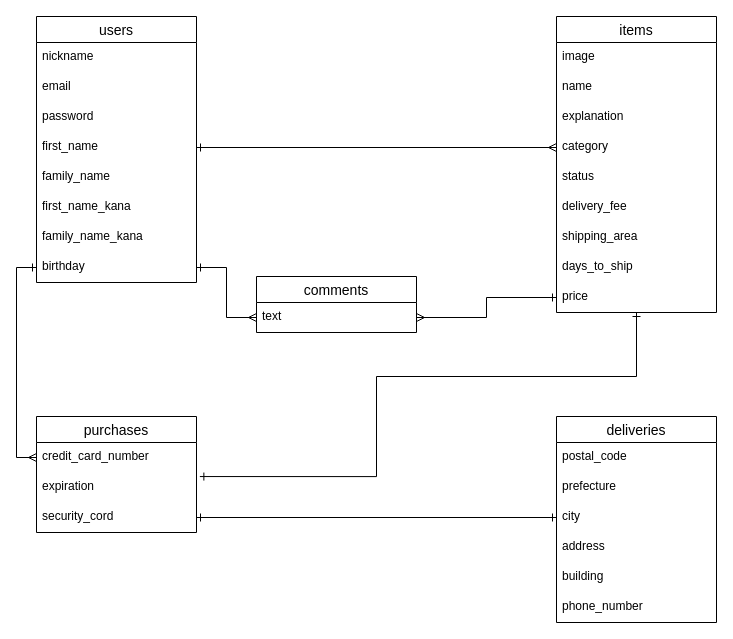
Above: furima-32344-er.dio in yamaday0u/furima-32344 (draw.io), before the change. Source tidied: cells renumbered, new cells numbered last; positions are measured from the earlier drawing's top-left corner, leaving out a move shared by most shapes. Both pictures are drawn from the tidied source at 100%, with x=0, y=0 at pixel (36, 16).
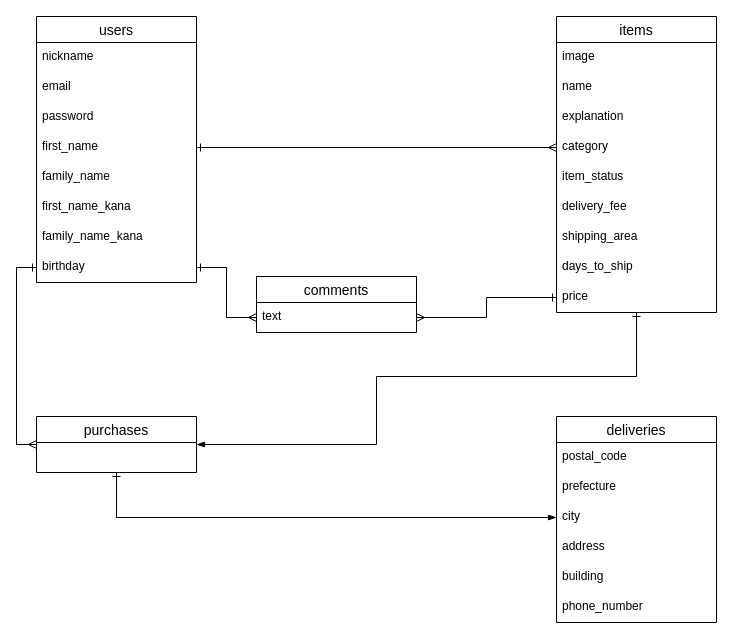
Above is the later version.

The change refers to these unchanged cells:
```xml
<mxCell id="10" value="birthday" style="text;strokeColor=none;fillColor=none;spacingLeft=4;spacingRight=4;overflow=hidden;points=[[0,0.5],[1,0.5]];portConstraint=eastwest;fontSize=12;" parent="2" vertex="1">
  <mxGeometry y="236" width="160" height="30" as="geometry" />
</mxCell>
<mxCell id="11" value="items" style="swimlane;fontStyle=0;horizontal=1;startSize=26;align=center;fontSize=14;" parent="1" vertex="1">
  <mxGeometry x="520" width="160" height="296" as="geometry" />
</mxCell>
<mxCell id="20" value="price" style="text;strokeColor=none;fillColor=none;spacingLeft=4;spacingRight=4;overflow=hidden;points=[[0,0.5],[1,0.5]];portConstraint=eastwest;fontSize=12;" parent="11" vertex="1">
  <mxGeometry y="266" width="160" height="30" as="geometry" />
</mxCell>
<mxCell id="30" value="city" style="text;strokeColor=none;fillColor=none;spacingLeft=4;spacingRight=4;overflow=hidden;points=[[0,0.5],[1,0.5]];portConstraint=eastwest;fontSize=12;" parent="27" vertex="1">
  <mxGeometry y="86" width="160" height="30" as="geometry" />
</mxCell>
```

The edit, as a diff of the source:
```diff
@@
-    <mxCell id="16" value="status" style="text;strokeColor=none;fillColor=none;spacingLeft=4;spacingRight=4;overflow=hidden;fontSize=12;" parent="11" vertex="1">
+    <mxCell id="16" value="item_status" style="text;strokeColor=none;fillColor=none;spacingLeft=4;spacingRight=4;overflow=hidden;fontSize=12;" parent="11" vertex="1">
       <mxGeometry y="146" width="160" height="30" as="geometry" />
     </mxCell>
@@
     <mxCell id="21" value="purchases" style="swimlane;fontStyle=0;horizontal=1;startSize=26;align=center;fontSize=14;" parent="1" vertex="1">
-      <mxGeometry y="400" width="160" height="116" as="geometry" />
+      <mxGeometry y="400" width="160" height="56" as="geometry" />
     </mxCell>
-    <mxCell id="22" value="credit_card_number" style="text;strokeColor=none;fillColor=none;spacingLeft=4;spacingRight=4;overflow=hidden;points=[[0,0.5],[1,0.5]];portConstraint=eastwest;fontSize=12;" parent="21" vertex="1">
-      <mxGeometry y="26" width="160" height="30" as="geometry" />
-    </mxCell>
-    <mxCell id="23" value="expiration" style="text;strokeColor=none;fillColor=none;spacingLeft=4;spacingRight=4;overflow=hidden;points=[[0,0.5],[1,0.5]];portConstraint=eastwest;fontSize=12;" parent="21" vertex="1">
-      <mxGeometry y="56" width="160" height="30" as="geometry" />
-    </mxCell>
-    <mxCell id="24" value="security_cord" style="text;strokeColor=none;fillColor=none;spacingLeft=4;spacingRight=4;overflow=hidden;points=[[0,0.5],[1,0.5]];portConstraint=eastwest;fontSize=12;" parent="21" vertex="1">
-      <mxGeometry y="86" width="160" height="30" as="geometry" />
-    </mxCell>
@@
-    <mxCell id="37" style="edgeStyle=orthogonalEdgeStyle;rounded=0;jettySize=auto;html=1;exitX=0;exitY=0.5;exitDx=0;exitDy=0;entryX=0;entryY=0.5;entryDx=0;entryDy=0;endArrow=ERmany;endFill=0;startArrow=ERone;startFill=0;" parent="1" edge="1" source="10" target="22">
+    <mxCell id="37" style="edgeStyle=orthogonalEdgeStyle;rounded=0;jettySize=auto;html=1;exitX=0;exitY=0.5;exitDx=0;exitDy=0;endArrow=ERmany;endFill=0;startArrow=ERone;startFill=0;entryX=0;entryY=0.5;entryDx=0;entryDy=0;" parent="1" edge="1" source="10" target="21">
       <mxGeometry relative="1" as="geometry" />
     </mxCell>
-    <mxCell id="38" style="edgeStyle=orthogonalEdgeStyle;rounded=0;jettySize=auto;html=1;exitX=1;exitY=0.5;exitDx=0;exitDy=0;endArrow=ERone;endFill=0;startArrow=ERone;startFill=0;" parent="1" edge="1" source="24" target="30">
+    <mxCell id="38" style="edgeStyle=orthogonalEdgeStyle;rounded=0;jettySize=auto;html=1;exitX=0.5;exitY=1;exitDx=0;exitDy=0;endArrow=blockThin;endFill=1;startArrow=ERone;startFill=0;" parent="1" edge="1" source="21" target="30">
       <mxGeometry relative="1" as="geometry" />
     </mxCell>
-    <mxCell id="39" style="edgeStyle=orthogonalEdgeStyle;rounded=0;jettySize=auto;html=1;entryX=1.021;entryY=0.135;entryDx=0;entryDy=0;entryPerimeter=0;startArrow=ERone;startFill=0;endArrow=ERone;endFill=0;" parent="1" edge="1" source="20" target="23">
+    <mxCell id="39" style="edgeStyle=orthogonalEdgeStyle;rounded=0;jettySize=auto;html=1;startArrow=ERone;startFill=0;endArrow=blockThin;endFill=1;entryX=1;entryY=0.5;entryDx=0;entryDy=0;" parent="1" edge="1" source="20" target="21">
       <mxGeometry relative="1" as="geometry">
         <Array as="points">
           <mxPoint x="600" y="360" />
           <mxPoint x="340" y="360" />
-          <mxPoint x="340" y="460" />
+          <mxPoint x="340" y="428" />
         </Array>
       </mxGeometry>
     </mxCell>
```
